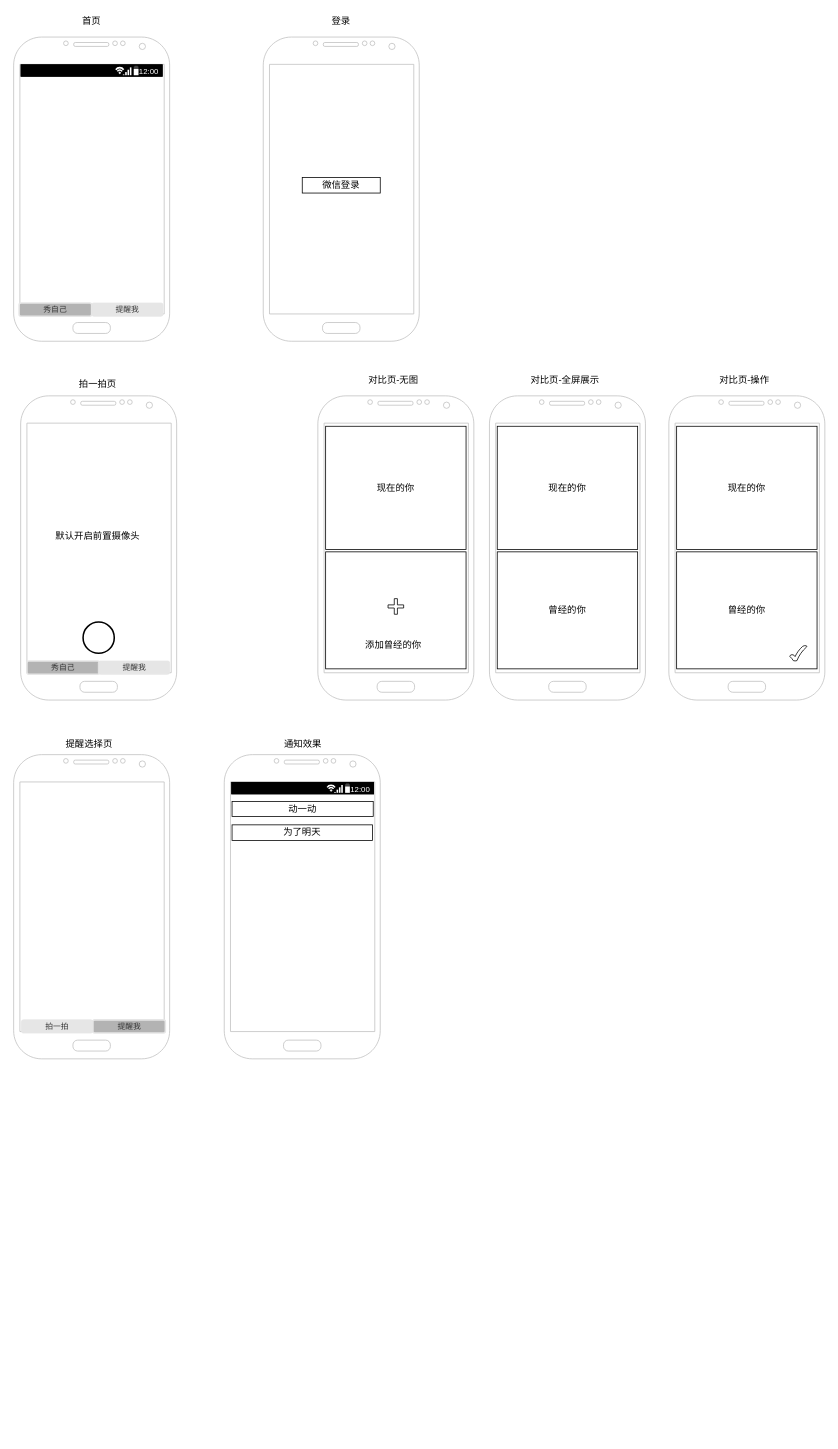
The draw.io diagram just_do_it_app.drawio in cadi2015/drawIO, before the edit. Source tidied: cells renumbered, new cells numbered last; positions are measured from the earlier drawing's top-left corner, leaving out a move shared by most shapes. Both pictures are drawn from the tidied source at 78%, with x=0, y=0 at pixel (13, 13).
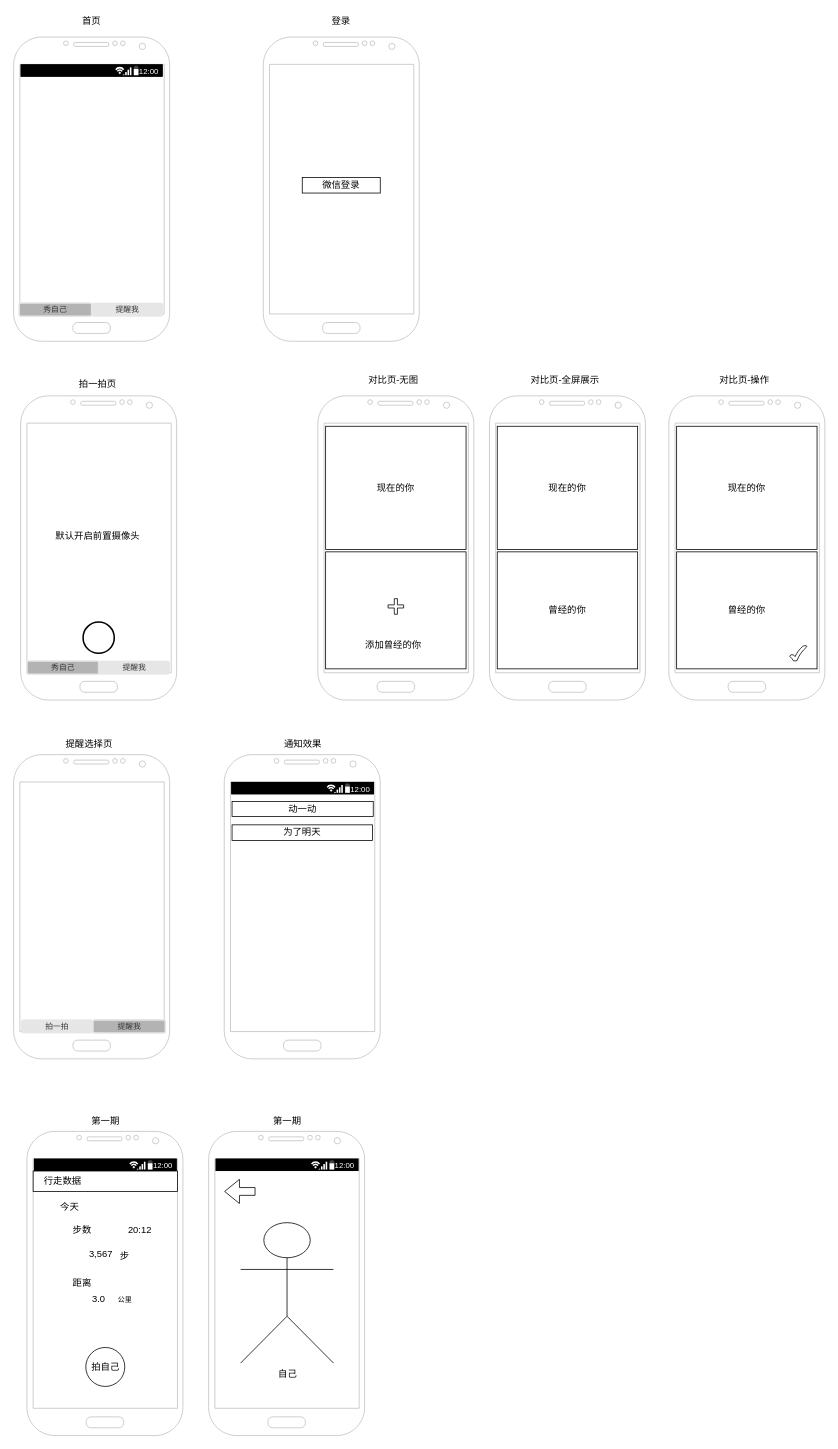
The same page after the edit.

Diff of the diagram source:
```diff
@@
+    <mxCell id="40" style="group;" parent="1" vertex="1">
+      <mxGeometry x="270" y="927" width="200" height="413" as="geometry" />
+    </mxCell>
-    <mxCell id="35" style="verticalLabelPosition=bottom;verticalAlign=top;html=1;shadow=0;dashed=0;strokeWidth=1;shape=mxgraph.android.phone2;strokeColor=#c0c0c0;" parent="1" vertex="1">
-      <mxGeometry x="270" y="950" width="200" height="390" as="geometry" />
+    <mxCell id="35" style="verticalLabelPosition=bottom;verticalAlign=top;html=1;shadow=0;dashed=0;strokeWidth=1;shape=mxgraph.android.phone2;strokeColor=#c0c0c0;" parent="40" vertex="1">
+      <mxGeometry y="23" width="200" height="390" as="geometry" />
     </mxCell>
-    <mxCell id="36" style="strokeWidth=1;html=1;shadow=0;dashed=0;shape=mxgraph.android.statusBar;align=center;fillColor=#000000;strokeColor=#ffffff;fontColor=#ffffff;fontSize=10;" parent="1" vertex="1">
-      <mxGeometry x="279" y="985" width="183" height="15.8" as="geometry" />
+    <mxCell id="36" style="strokeWidth=1;html=1;shadow=0;dashed=0;shape=mxgraph.android.statusBar;align=center;fillColor=#000000;strokeColor=#ffffff;fontColor=#ffffff;fontSize=10;" parent="40" vertex="1">
+      <mxGeometry x="9" y="58" width="183" height="15.8" as="geometry" />
     </mxCell>
-    <mxCell id="37" value="动一动" style="rounded=0;whiteSpace=wrap;html=1;" parent="1" vertex="1">
-      <mxGeometry x="280" y="1010" width="181" height="19.2" as="geometry" />
+    <mxCell id="37" value="动一动" style="rounded=0;whiteSpace=wrap;html=1;" parent="40" vertex="1">
+      <mxGeometry x="10" y="83" width="181" height="19.2" as="geometry" />
     </mxCell>
-    <mxCell id="38" value="通知效果" style="text;html=1;strokeColor=none;fillColor=none;align=center;verticalAlign=middle;whiteSpace=wrap;rounded=0;" parent="1" vertex="1">
-      <mxGeometry x="320.5" y="927" width="100" height="20" as="geometry" />
+    <mxCell id="38" value="通知效果" style="text;html=1;strokeColor=none;fillColor=none;align=center;verticalAlign=middle;whiteSpace=wrap;rounded=0;" parent="40" vertex="1">
+      <mxGeometry x="50.5" width="100" height="20" as="geometry" />
     </mxCell>
-    <mxCell id="39" value="为了明天" style="rounded=0;whiteSpace=wrap;html=1;" parent="1" vertex="1">
-      <mxGeometry x="280" y="1040" width="180" height="20" as="geometry" />
+    <mxCell id="39" value="为了明天" style="rounded=0;whiteSpace=wrap;html=1;" parent="40" vertex="1">
+      <mxGeometry x="10" y="113" width="180" height="20" as="geometry" />
     </mxCell>
+    <mxCell id="41" style="group;" parent="1" vertex="1">
+      <mxGeometry x="17" y="1410" width="200" height="413" as="geometry" />
+    </mxCell>
+    <mxCell id="42" style="verticalLabelPosition=bottom;verticalAlign=top;html=1;shadow=0;dashed=0;strokeWidth=1;shape=mxgraph.android.phone2;strokeColor=#c0c0c0;" parent="41" vertex="1">
+      <mxGeometry y="23" width="200" height="390" as="geometry" />
+    </mxCell>
+    <mxCell id="43" style="strokeWidth=1;html=1;shadow=0;dashed=0;shape=mxgraph.android.statusBar;align=center;fillColor=#000000;strokeColor=#ffffff;fontColor=#ffffff;fontSize=10;" parent="41" vertex="1">
+      <mxGeometry x="9" y="58" width="183" height="15.8" as="geometry" />
+    </mxCell>
+    <mxCell id="44" value="第一期" style="text;html=1;strokeColor=none;fillColor=none;align=center;verticalAlign=middle;whiteSpace=wrap;rounded=0;" parent="41" vertex="1">
+      <mxGeometry x="50.5" width="100" height="20" as="geometry" />
+    </mxCell>
+    <mxCell id="45" value="今天" style="text;html=1;strokeColor=none;fillColor=none;align=center;verticalAlign=middle;whiteSpace=wrap;rounded=0;" parent="41" vertex="1">
+      <mxGeometry x="35" y="110" width="40" height="20" as="geometry" />
+    </mxCell>
+    <mxCell id="46" value="3,567" style="text;html=1;strokeColor=none;fillColor=none;align=center;verticalAlign=middle;whiteSpace=wrap;rounded=0;" parent="41" vertex="1">
+      <mxGeometry x="75" y="170" width="40" height="20" as="geometry" />
+    </mxCell>
+    <mxCell id="47" value="步" style="text;html=1;strokeColor=none;fillColor=none;align=center;verticalAlign=middle;whiteSpace=wrap;rounded=0;" parent="41" vertex="1">
+      <mxGeometry x="114" y="178" width="23" height="10" as="geometry" />
+    </mxCell>
+    <mxCell id="48" value="拍自己" style="ellipse;whiteSpace=wrap;html=1;" parent="41" vertex="1">
+      <mxGeometry x="75.5" y="300" width="50" height="50" as="geometry" />
+    </mxCell>
+    <mxCell id="49" value="步数" style="text;html=1;strokeColor=none;fillColor=none;align=center;verticalAlign=middle;whiteSpace=wrap;rounded=0;" parent="41" vertex="1">
+      <mxGeometry x="51" y="140" width="40" height="20" as="geometry" />
+    </mxCell>
+    <mxCell id="50" value="距离" style="text;html=1;strokeColor=none;fillColor=none;align=center;verticalAlign=middle;whiteSpace=wrap;rounded=0;" parent="41" vertex="1">
+      <mxGeometry x="51" y="208" width="40" height="20" as="geometry" />
+    </mxCell>
+    <mxCell id="51" value="3.0&amp;nbsp;" style="text;html=1;strokeColor=none;fillColor=none;align=center;verticalAlign=middle;whiteSpace=wrap;rounded=0;" parent="41" vertex="1">
+      <mxGeometry x="74" y="228" width="40" height="20" as="geometry" />
+    </mxCell>
+    <mxCell id="52" value="&lt;font style=&quot;font-size: 9px&quot;&gt;公里&lt;/font&gt;" style="text;html=1;strokeColor=none;fillColor=none;align=center;verticalAlign=middle;whiteSpace=wrap;rounded=0;" parent="41" vertex="1">
+      <mxGeometry x="105.5" y="228" width="40" height="20" as="geometry" />
+    </mxCell>
+    <mxCell id="53" value="20:12" style="text;html=1;strokeColor=none;fillColor=none;align=center;verticalAlign=middle;whiteSpace=wrap;rounded=0;" parent="41" vertex="1">
+      <mxGeometry x="125" y="140" width="40" height="20" as="geometry" />
+    </mxCell>
+    <mxCell id="54" style="rounded=0;whiteSpace=wrap;html=1;" parent="41" vertex="1">
+      <mxGeometry x="8" y="73.8" width="185" height="26.2" as="geometry" />
+    </mxCell>
+    <mxCell id="55" value="行走数据" style="text;html=1;strokeColor=none;fillColor=none;align=center;verticalAlign=middle;whiteSpace=wrap;rounded=0;" parent="41" vertex="1">
+      <mxGeometry x="9" y="76.9" width="74" height="20" as="geometry" />
+    </mxCell>
+    <mxCell id="56" style="group;" parent="1" vertex="1">
+      <mxGeometry x="250" y="1410" width="200" height="413" as="geometry" />
+    </mxCell>
+    <mxCell id="57" style="verticalLabelPosition=bottom;verticalAlign=top;html=1;shadow=0;dashed=0;strokeWidth=1;shape=mxgraph.android.phone2;strokeColor=#c0c0c0;" parent="56" vertex="1">
+      <mxGeometry y="23" width="200" height="390" as="geometry" />
+    </mxCell>
+    <mxCell id="58" style="strokeWidth=1;html=1;shadow=0;dashed=0;shape=mxgraph.android.statusBar;align=center;fillColor=#000000;strokeColor=#ffffff;fontColor=#ffffff;fontSize=10;" parent="56" vertex="1">
+      <mxGeometry x="9" y="58" width="183" height="15.8" as="geometry" />
+    </mxCell>
+    <mxCell id="59" value="第一期" style="text;html=1;strokeColor=none;fillColor=none;align=center;verticalAlign=middle;whiteSpace=wrap;rounded=0;" parent="56" vertex="1">
+      <mxGeometry x="50.5" width="100" height="20" as="geometry" />
+    </mxCell>
+    <mxCell id="60" style="shape=flexArrow;endArrow=classic;html=1;" parent="56" edge="1">
+      <mxGeometry relative="1" as="geometry">
+        <mxPoint x="60" y="100" as="sourcePoint" />
+        <mxPoint x="20" y="100" as="targetPoint" />
+      </mxGeometry>
+    </mxCell>
+    <mxCell id="61" value="自己" style="shape=umlActor;verticalLabelPosition=bottom;verticalAlign=top;html=1;rotation=0;" parent="56" vertex="1">
+      <mxGeometry x="41" y="140" width="119" height="180" as="geometry" />
+    </mxCell>
```
